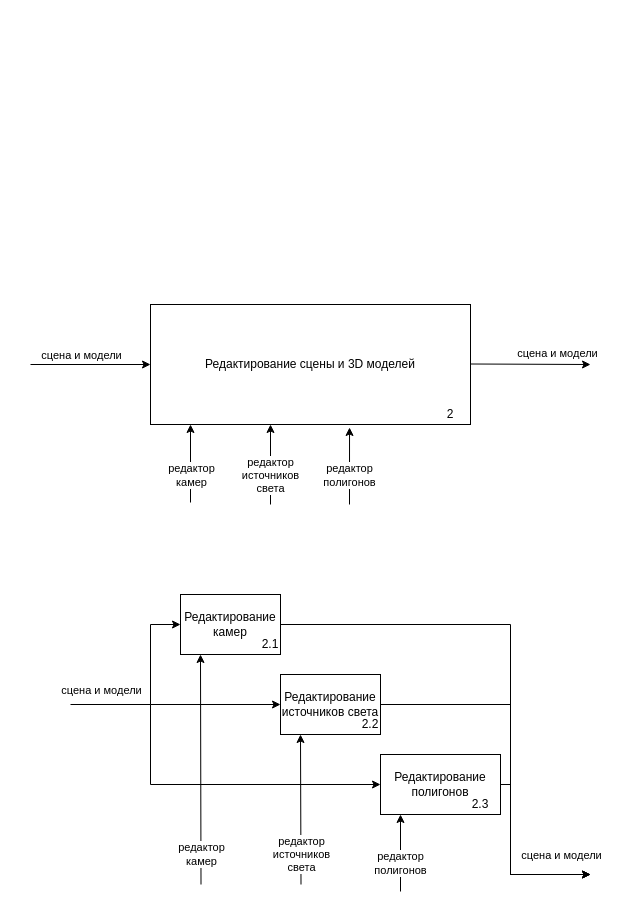
Before: page "3. Редактирование 3D модели и сцены" (4 of 6) of idef0/idef0.drawio in c0sx/3d-model-viewer-design, a draw.io diagram. Source tidied: cells renumbered, new cells numbered last; positions are measured from the earlier drawing's top-left corner, leaving out a move shared by most shapes. Both pictures are drawn from the tidied source at 100%, with x=0, y=0 at pixel (30, 304).
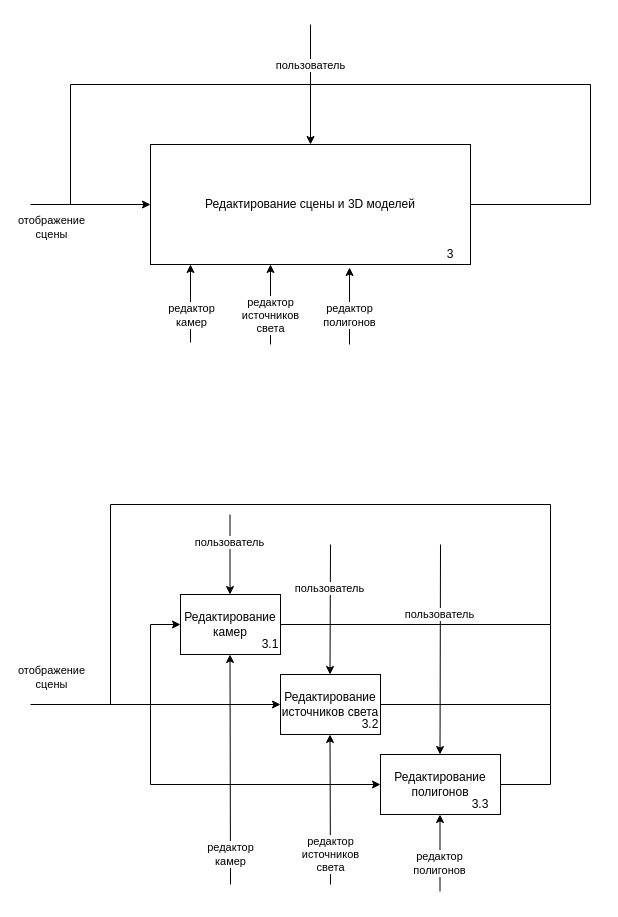
The same diagram, later.

The change refers to these unchanged cells:
```xml
<mxCell id="13" value="Редактирование&lt;br&gt;камер" style="rounded=0;whiteSpace=wrap;html=1;fillColor=none;" parent="1" vertex="1">
  <mxGeometry x="150" y="290" width="100" height="60" as="geometry" />
</mxCell>
<mxCell id="16" value="Редактирование&lt;br&gt;источников света" style="whiteSpace=wrap;html=1;rounded=0;fillColor=none;" parent="1" vertex="1">
  <mxGeometry x="250" y="370" width="100" height="60" as="geometry" />
</mxCell>
<mxCell id="18" value="Редактирование&lt;br&gt;полигонов" style="whiteSpace=wrap;html=1;rounded=0;fillColor=none;" parent="1" vertex="1">
  <mxGeometry x="350" y="450" width="120" height="60" as="geometry" />
</mxCell>
```

Change to the diagram source:
```diff
@@
     <mxCell id="2" value="Редактирование сцены и 3D моделей" style="rounded=0;whiteSpace=wrap;html=1;fillColor=none;" parent="1" vertex="1">
-      <mxGeometry x="120" width="320" height="120" as="geometry" />
+      <mxGeometry x="120" y="-160" width="320" height="120" as="geometry" />
     </mxCell>
     <mxCell id="3" style="endArrow=classic;html=1;targetPerimeterSpacing=0;strokeColor=#000000;strokeWidth=1;entryX=0;entryY=0.5;entryDx=0;entryDy=0;" parent="1" edge="1" target="2">
       <mxGeometry relative="1" as="geometry">
-        <mxPoint y="60" as="sourcePoint" />
+        <mxPoint y="-100" as="sourcePoint" />
       </mxGeometry>
     </mxCell>
-    <mxCell id="4" value="сцена и модели" style="edgeLabel;html=1;align=center;verticalAlign=middle;" parent="3" vertex="1">
-      <mxGeometry x="-0.42" y="1" relative="1" as="geometry">
-        <mxPoint x="15" y="-9" as="offset" />
-      </mxGeometry>
-    </mxCell>
     <mxCell id="5" style="endArrow=classic;html=1;targetPerimeterSpacing=0;strokeColor=#000000;strokeWidth=1;" parent="1" edge="1">
       <mxGeometry relative="1" as="geometry">
-        <mxPoint x="160" y="198" as="sourcePoint" />
-        <mxPoint x="160" y="120" as="targetPoint" />
+        <mxPoint x="160" y="38" as="sourcePoint" />
+        <mxPoint x="160" y="-40" as="targetPoint" />
       </mxGeometry>
     </mxCell>
@@
     <mxCell id="7" style="endArrow=classic;html=1;targetPerimeterSpacing=0;strokeColor=#000000;strokeWidth=1;entryX=0.622;entryY=1.025;entryDx=0;entryDy=0;entryPerimeter=0;" parent="1" edge="1" target="2">
       <mxGeometry relative="1" as="geometry">
-        <mxPoint x="319" y="200" as="sourcePoint" />
+        <mxPoint x="319" y="40" as="sourcePoint" />
       </mxGeometry>
     </mxCell>
@@
     <mxCell id="9" style="endArrow=classic;html=1;targetPerimeterSpacing=0;strokeColor=#000000;strokeWidth=1;entryX=0.5;entryY=1;entryDx=0;entryDy=0;" parent="1" edge="1">
       <mxGeometry relative="1" as="geometry">
-        <mxPoint x="240" y="200" as="sourcePoint" />
-        <mxPoint x="240" y="120" as="targetPoint" />
+        <mxPoint x="240" y="40" as="sourcePoint" />
+        <mxPoint x="240" y="-40" as="targetPoint" />
       </mxGeometry>
     </mxCell>
@@
-    <mxCell id="11" style="endArrow=classic;html=1;exitX=1;exitY=0.5;exitDx=0;exitDy=0;" parent="1" edge="1">
-      <mxGeometry relative="1" as="geometry">
-        <mxPoint x="440" y="59.5" as="sourcePoint" />
-        <mxPoint x="560" y="60" as="targetPoint" />
-      </mxGeometry>
-    </mxCell>
-    <mxCell id="12" value="сцена и модели" style="edgeLabel;html=1;align=center;verticalAlign=middle;" parent="11" vertex="1">
-      <mxGeometry x="-0.9" y="2" relative="1" as="geometry">
-        <mxPoint x="80" y="-9" as="offset" />
-      </mxGeometry>
-    </mxCell>
@@
     <mxCell id="14" style="endArrow=classic;html=1;targetPerimeterSpacing=0;strokeColor=#000000;strokeWidth=1;entryX=0;entryY=0.5;entryDx=0;entryDy=0;rounded=0;" parent="1" edge="1" target="13">
       <mxGeometry relative="1" as="geometry">
-        <mxPoint x="40" y="400" as="sourcePoint" />
+        <mxPoint y="400" as="sourcePoint" />
         <Array as="points">
           <mxPoint x="120" y="400" />
           <mxPoint x="120" y="320" />
         </Array>
       </mxGeometry>
     </mxCell>
-    <mxCell id="15" value="сцена и модели" style="edgeLabel;html=1;align=center;verticalAlign=middle;" parent="14" vertex="1">
-      <mxGeometry x="-0.42" y="1" relative="1" as="geometry">
-        <mxPoint x="-25" y="-14" as="offset" />
-      </mxGeometry>
-    </mxCell>
@@
     <mxCell id="20" style="endArrow=classic;html=1;targetPerimeterSpacing=0;strokeColor=#000000;strokeWidth=1;" parent="1" edge="1">
       <mxGeometry relative="1" as="geometry">
-        <mxPoint x="170.5" y="580" as="sourcePoint" />
-        <mxPoint x="170" y="350" as="targetPoint" />
+        <mxPoint x="200" y="580" as="sourcePoint" />
+        <mxPoint x="199.5" y="350" as="targetPoint" />
       </mxGeometry>
     </mxCell>
@@
     <mxCell id="22" style="endArrow=classic;html=1;targetPerimeterSpacing=0;strokeColor=#000000;strokeWidth=1;entryX=0.5;entryY=1;entryDx=0;entryDy=0;" parent="1" edge="1">
       <mxGeometry relative="1" as="geometry">
-        <mxPoint x="270.5" y="580" as="sourcePoint" />
-        <mxPoint x="270" y="430" as="targetPoint" />
+        <mxPoint x="300" y="580" as="sourcePoint" />
+        <mxPoint x="299.5" y="430" as="targetPoint" />
       </mxGeometry>
     </mxCell>
@@
     <mxCell id="24" style="endArrow=classic;html=1;targetPerimeterSpacing=0;strokeColor=#000000;strokeWidth=1;entryX=0.622;entryY=1.025;entryDx=0;entryDy=0;entryPerimeter=0;" parent="1" edge="1">
       <mxGeometry relative="1" as="geometry">
-        <mxPoint x="370" y="587" as="sourcePoint" />
-        <mxPoint x="370" y="510" as="targetPoint" />
+        <mxPoint x="409.5" y="587" as="sourcePoint" />
+        <mxPoint x="409.5" y="510" as="targetPoint" />
       </mxGeometry>
     </mxCell>
@@
-    <mxCell id="26" value="2" style="text;html=1;strokeColor=none;fillColor=none;align=center;verticalAlign=middle;whiteSpace=wrap;rounded=0;" parent="1" vertex="1">
-      <mxGeometry x="400" y="100" width="40" height="20" as="geometry" />
+    <mxCell id="26" value="3" style="text;html=1;strokeColor=none;fillColor=none;align=center;verticalAlign=middle;whiteSpace=wrap;rounded=0;" parent="1" vertex="1">
+      <mxGeometry x="400" y="-60" width="40" height="20" as="geometry" />
     </mxCell>
-    <mxCell id="27" value="2.1" style="text;html=1;strokeColor=none;fillColor=none;align=center;verticalAlign=middle;whiteSpace=wrap;rounded=0;" parent="1" vertex="1">
+    <mxCell id="27" value="3.1" style="text;html=1;strokeColor=none;fillColor=none;align=center;verticalAlign=middle;whiteSpace=wrap;rounded=0;" parent="1" vertex="1">
       <mxGeometry x="220" y="330" width="40" height="20" as="geometry" />
     </mxCell>
-    <mxCell id="28" value="2.2" style="text;html=1;strokeColor=none;fillColor=none;align=center;verticalAlign=middle;whiteSpace=wrap;rounded=0;" parent="1" vertex="1">
+    <mxCell id="28" value="3.2" style="text;html=1;strokeColor=none;fillColor=none;align=center;verticalAlign=middle;whiteSpace=wrap;rounded=0;" parent="1" vertex="1">
       <mxGeometry x="320" y="410" width="40" height="20" as="geometry" />
     </mxCell>
-    <mxCell id="29" value="2.3" style="text;html=1;strokeColor=none;fillColor=none;align=center;verticalAlign=middle;whiteSpace=wrap;rounded=0;" parent="1" vertex="1">
+    <mxCell id="29" value="3.3" style="text;html=1;strokeColor=none;fillColor=none;align=center;verticalAlign=middle;whiteSpace=wrap;rounded=0;" parent="1" vertex="1">
       <mxGeometry x="430" y="490" width="40" height="20" as="geometry" />
     </mxCell>
-    <mxCell id="30" style="endArrow=classic;html=1;targetPerimeterSpacing=0;strokeColor=#000000;strokeWidth=1;exitX=1;exitY=0.5;exitDx=0;exitDy=0;rounded=0;" parent="1" edge="1" source="13">
-      <mxGeometry relative="1" as="geometry">
-        <mxPoint x="560" y="570" as="targetPoint" />
-        <Array as="points">
-          <mxPoint x="480" y="320" />
-          <mxPoint x="480" y="570" />
-        </Array>
-      </mxGeometry>
-    </mxCell>
-    <mxCell id="31" style="endArrow=classic;html=1;targetPerimeterSpacing=0;strokeColor=#000000;strokeWidth=1;exitX=1;exitY=0.5;exitDx=0;exitDy=0;rounded=0;" parent="1" edge="1" source="16">
-      <mxGeometry relative="1" as="geometry">
-        <mxPoint x="560" y="570" as="targetPoint" />
-        <Array as="points">
-          <mxPoint x="480" y="400" />
-          <mxPoint x="480" y="570" />
-        </Array>
-      </mxGeometry>
-    </mxCell>
-    <mxCell id="32" style="endArrow=classic;html=1;targetPerimeterSpacing=0;strokeColor=#000000;strokeWidth=1;exitX=1;exitY=0.5;exitDx=0;exitDy=0;rounded=0;" parent="1" edge="1" source="18">
-      <mxGeometry relative="1" as="geometry">
-        <mxPoint x="560" y="570" as="targetPoint" />
-        <Array as="points">
-          <mxPoint x="480" y="480" />
-          <mxPoint x="480" y="570" />
-          <mxPoint x="510" y="570" />
-        </Array>
-      </mxGeometry>
-    </mxCell>
-    <mxCell id="33" value="сцена и модели" style="edgeLabel;html=1;align=center;verticalAlign=middle;" parent="1" vertex="1">
-      <mxGeometry x="530" y="550" as="geometry" />
-    </mxCell>
+    <mxCell id="34" style="endArrow=classic;html=1;entryX=0.5;entryY=0;entryDx=0;entryDy=0;" parent="1" edge="1" target="2">
+      <mxGeometry relative="1" as="geometry">
+        <mxPoint x="280" y="-280" as="sourcePoint" />
+      </mxGeometry>
+    </mxCell>
+    <mxCell id="35" value="пользователь" style="edgeLabel;html=1;align=center;verticalAlign=middle;" parent="34" vertex="1">
+      <mxGeometry x="-0.33" y="-1" relative="1" as="geometry" />
+    </mxCell>
+    <mxCell id="36" style="endArrow=classic;html=1;entryX=0.5;entryY=0;entryDx=0;entryDy=0;" parent="1" edge="1">
+      <mxGeometry relative="1" as="geometry">
+        <mxPoint x="300" y="240" as="sourcePoint" />
+        <mxPoint x="299.5" y="370" as="targetPoint" />
+      </mxGeometry>
+    </mxCell>
+    <mxCell id="37" value="пользователь" style="edgeLabel;html=1;align=center;verticalAlign=middle;" parent="36" vertex="1">
+      <mxGeometry x="-0.33" y="-1" relative="1" as="geometry" />
+    </mxCell>
+    <mxCell id="38" style="endArrow=classic;html=1;entryX=0.5;entryY=0;entryDx=0;entryDy=0;" parent="1" edge="1">
+      <mxGeometry relative="1" as="geometry">
+        <mxPoint x="410" y="240" as="sourcePoint" />
+        <mxPoint x="409.5" y="450" as="targetPoint" />
+      </mxGeometry>
+    </mxCell>
+    <mxCell id="39" value="пользователь" style="edgeLabel;html=1;align=center;verticalAlign=middle;" parent="38" vertex="1">
+      <mxGeometry x="-0.33" y="-1" relative="1" as="geometry" />
+    </mxCell>
+    <mxCell id="40" style="endArrow=classic;html=1;entryX=0.5;entryY=0;entryDx=0;entryDy=0;" parent="1" edge="1">
+      <mxGeometry relative="1" as="geometry">
+        <mxPoint x="199.5" y="210" as="sourcePoint" />
+        <mxPoint x="199.5" y="290" as="targetPoint" />
+      </mxGeometry>
+    </mxCell>
+    <mxCell id="41" value="пользователь" style="edgeLabel;html=1;align=center;verticalAlign=middle;" parent="40" vertex="1">
+      <mxGeometry x="-0.33" y="-1" relative="1" as="geometry" />
+    </mxCell>
+    <mxCell id="42" value="отображение&lt;br&gt;сцены" style="edgeLabel;html=1;align=center;verticalAlign=middle;" parent="1" vertex="1">
+      <mxGeometry x="10" y="-80" as="geometry">
+        <mxPoint x="10" y="2" as="offset" />
+      </mxGeometry>
+    </mxCell>
+    <mxCell id="43" value="отображение&lt;br&gt;сцены" style="edgeLabel;html=1;align=center;verticalAlign=middle;" parent="1" vertex="1">
+      <mxGeometry x="10" y="370" as="geometry">
+        <mxPoint x="10" y="2" as="offset" />
+      </mxGeometry>
+    </mxCell>
+    <mxCell id="44" style="endArrow=none;html=1;exitX=1;exitY=0.5;exitDx=0;exitDy=0;endFill=0;rounded=0;" parent="1" edge="1" source="2">
+      <mxGeometry relative="1" as="geometry">
+        <mxPoint x="40" y="-100" as="targetPoint" />
+        <Array as="points">
+          <mxPoint x="560" y="-100" />
+          <mxPoint x="560" y="-220" />
+          <mxPoint x="40" y="-220" />
+        </Array>
+      </mxGeometry>
+    </mxCell>
+    <mxCell id="45" style="endArrow=none;html=1;exitX=1;exitY=0.5;exitDx=0;exitDy=0;rounded=0;" parent="1" edge="1" source="13">
+      <mxGeometry relative="1" as="geometry">
+        <mxPoint x="80" y="400" as="targetPoint" />
+        <Array as="points">
+          <mxPoint x="520" y="320" />
+          <mxPoint x="520" y="200" />
+          <mxPoint x="80" y="200" />
+        </Array>
+      </mxGeometry>
+    </mxCell>
+    <mxCell id="46" style="endArrow=none;html=1;exitX=1;exitY=0.5;exitDx=0;exitDy=0;rounded=0;endFill=0;" parent="1" edge="1" source="16">
+      <mxGeometry relative="1" as="geometry">
+        <mxPoint x="520" y="320" as="targetPoint" />
+        <Array as="points">
+          <mxPoint x="520" y="400" />
+        </Array>
+      </mxGeometry>
+    </mxCell>
+    <mxCell id="47" style="endArrow=none;html=1;exitX=1;exitY=0.5;exitDx=0;exitDy=0;rounded=0;endFill=0;" parent="1" edge="1" source="18">
+      <mxGeometry relative="1" as="geometry">
+        <mxPoint x="520" y="400" as="targetPoint" />
+        <Array as="points">
+          <mxPoint x="520" y="480" />
+        </Array>
+      </mxGeometry>
+    </mxCell>
```
